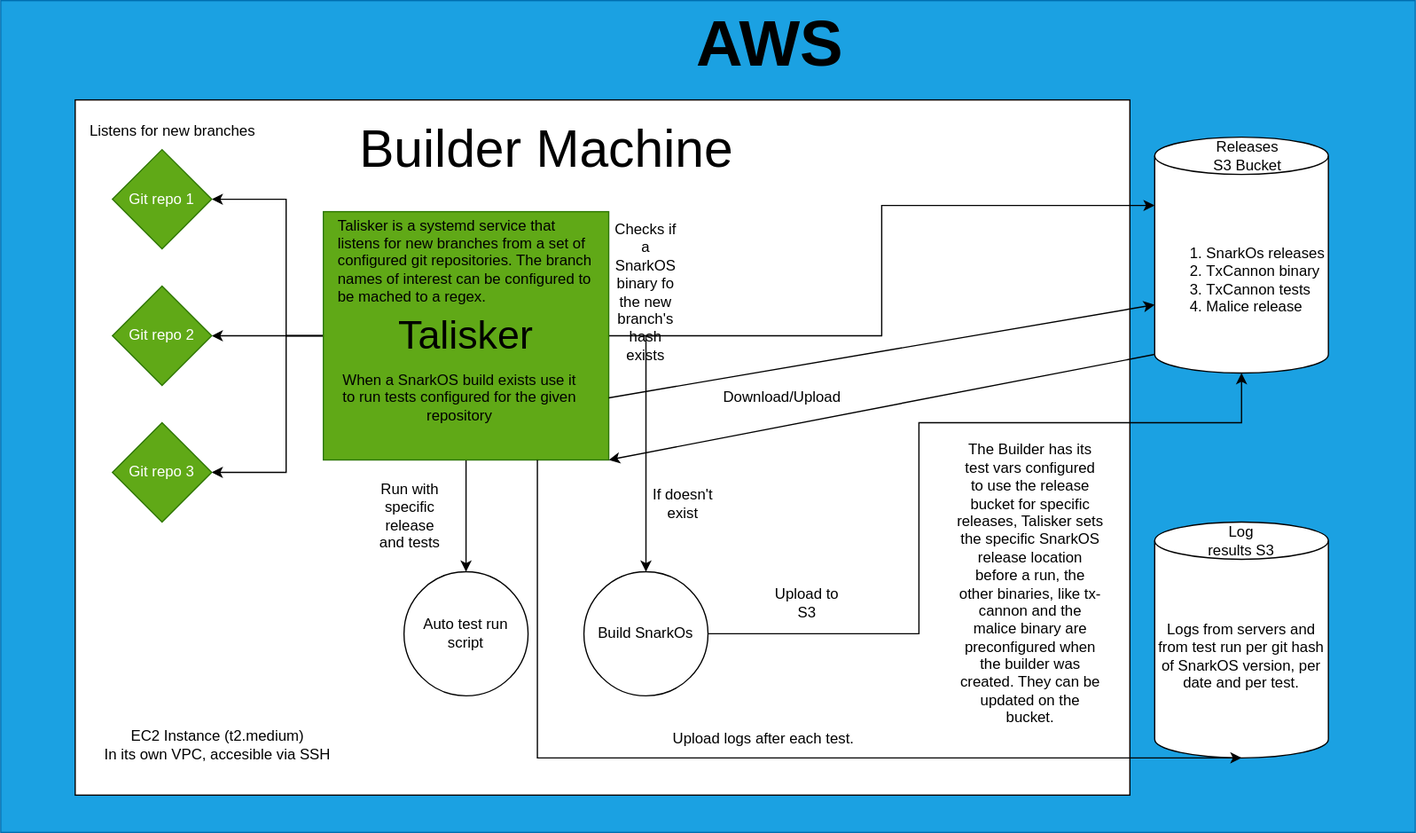
Earlier version of the draw.io export builder/images/diagram.svg (vicsn/snarkos-stress-testing). Source tidied: cells renumbered, new cells last; positions are measured from the earlier drawing's top-left corner, leaving out a move shared by most shapes.
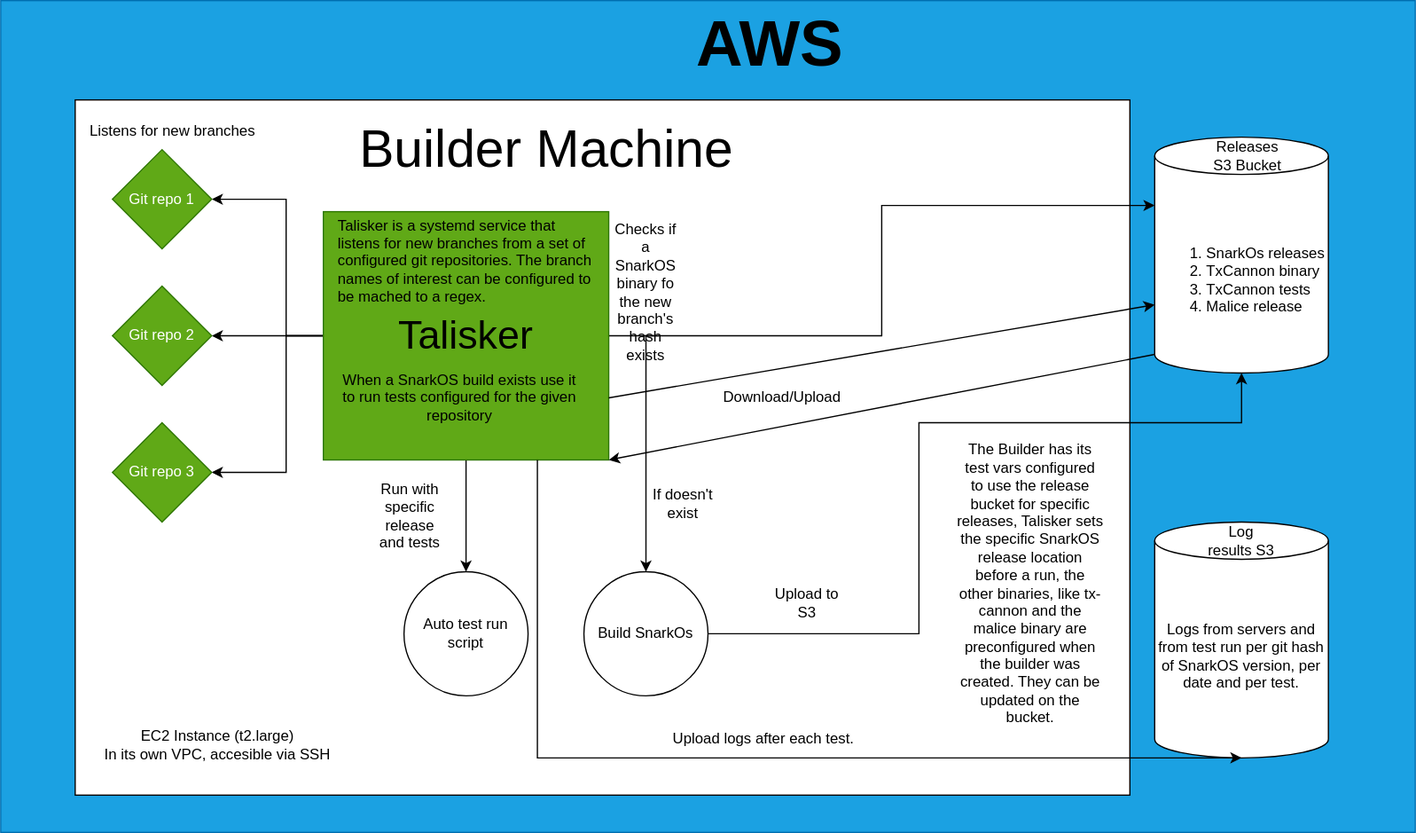
Above is the later version.

Change to the diagram source:
```diff
@@ -133,7 +133,7 @@
     <mxCell id="34" value="Upload logs after each test." style="text;html=1;align=center;verticalAlign=middle;whiteSpace=wrap;rounded=0;" parent="1" vertex="1">
       <mxGeometry x="520" y="580" width="190" height="30" as="geometry" />
     </mxCell>
-    <mxCell id="35" value="EC2 Instance (t2.medium)&lt;div&gt;In its own VPC, accesible via SSH&lt;/div&gt;" style="text;html=1;align=center;verticalAlign=middle;whiteSpace=wrap;rounded=0;" parent="1" vertex="1">
+    <mxCell id="35" value="EC2 Instance (t2.large)&lt;div&gt;In its own VPC, accesible via SSH&lt;/div&gt;" style="text;html=1;align=center;verticalAlign=middle;whiteSpace=wrap;rounded=0;" parent="1" vertex="1">
       <mxGeometry x="70" y="585" width="210" height="30" as="geometry" />
     </mxCell>
     <mxCell id="36" value="The Builder has its test vars configured to use the release bucket for specific releases, Talisker sets the specific SnarkOS release location before a run, the other binaries, like tx-cannon and the malice binary are preconfigured when the builder was created. They can be updated on the bucket." style="text;html=1;align=center;verticalAlign=middle;whiteSpace=wrap;rounded=0;" parent="1" vertex="1">
```
